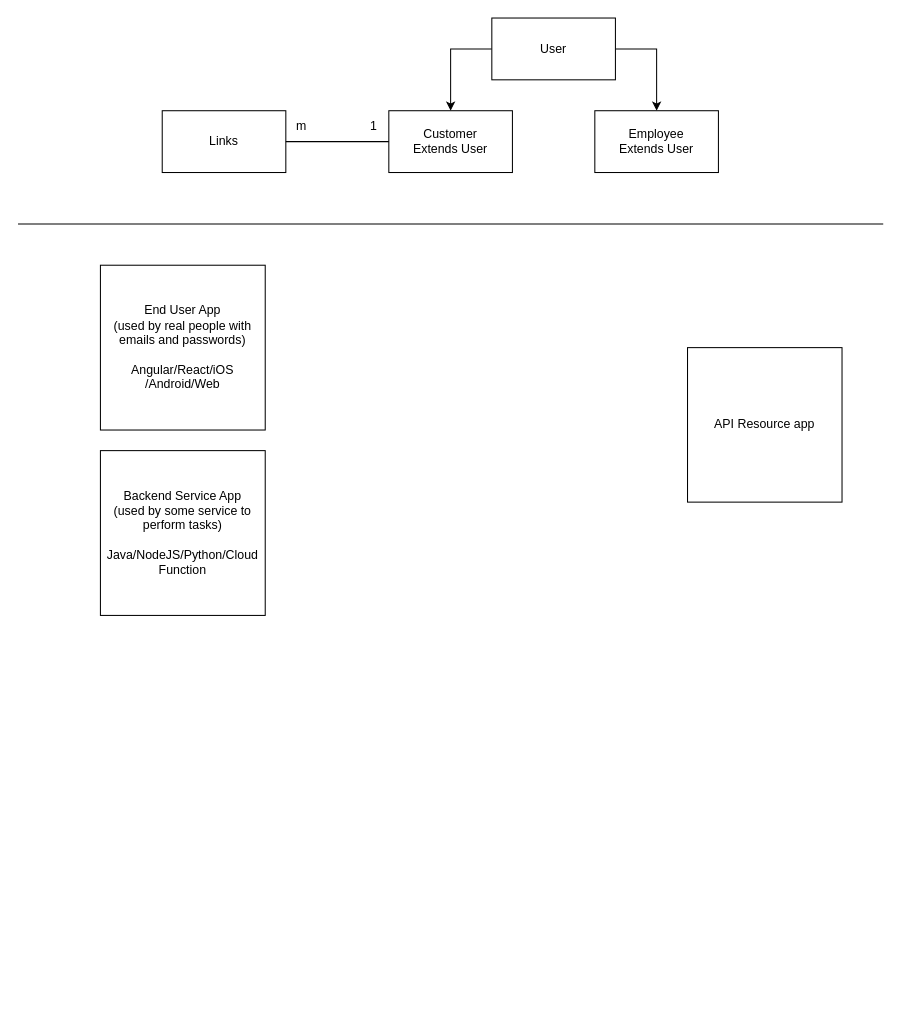
The draw.io diagram My Link Tree.drawio in zaidzubair92/My-Link-Tree, before the edit. Source tidied: cells renumbered, new cells numbered last; positions are measured from the earlier drawing's top-left corner, leaving out a move shared by most shapes. Both pictures are drawn from the tidied source at 103%, with x=0, y=0 at pixel (18, 18).
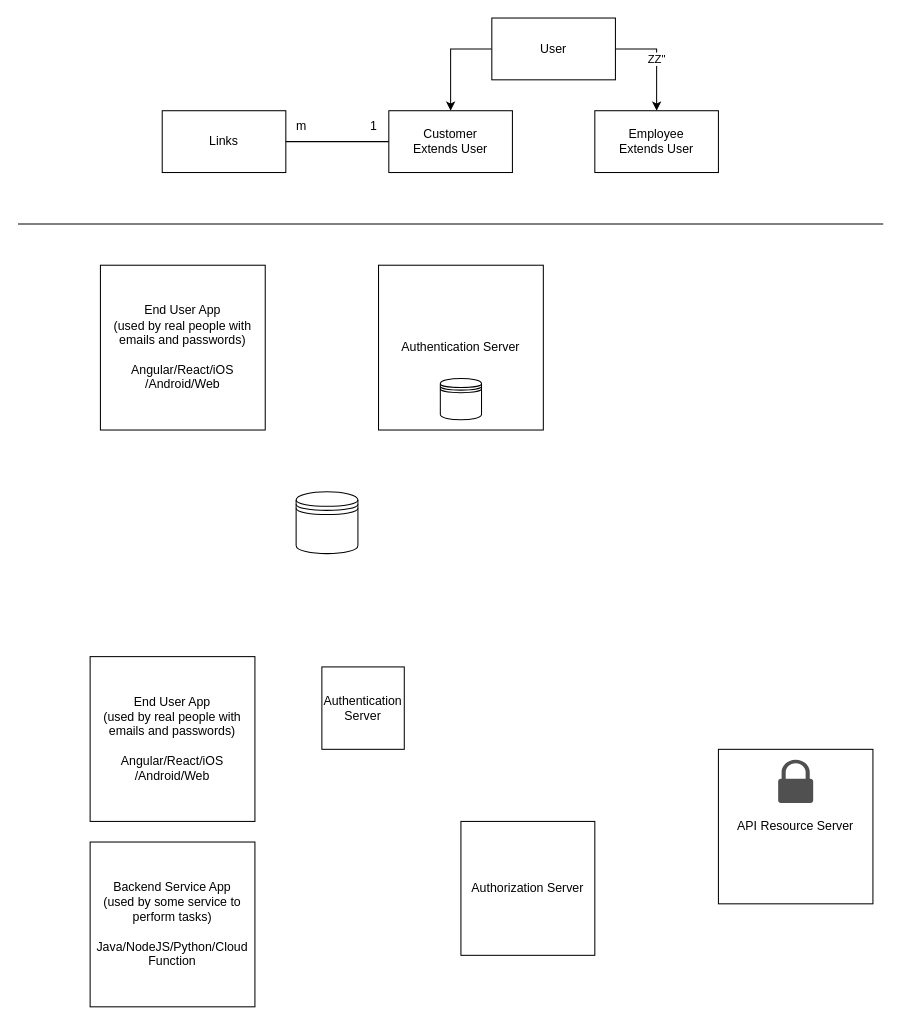
Above is the later version.

The change refers to these unchanged cells:
```xml
<mxCell id="4" value="User" style="rounded=0;whiteSpace=wrap;html=1;" parent="1" vertex="1">
  <mxGeometry x="460" width="120" height="60" as="geometry" />
</mxCell>
<mxCell id="6" value="Employee&lt;br style=&quot;border-color: var(--border-color);&quot;&gt;Extends User" style="rounded=0;whiteSpace=wrap;html=1;" parent="1" vertex="1">
  <mxGeometry x="560" y="90" width="120" height="60" as="geometry" />
</mxCell>
```

What changed in the source:
```diff
@@
-    <mxCell id="3" style="edgeStyle=orthogonalEdgeStyle;rounded=0;jettySize=auto;html=1;entryX=0.5;entryY=0;entryDx=0;entryDy=0;exitX=1;exitY=0.5;exitDx=0;exitDy=0;" parent="1" edge="1" source="4" target="6">
+    <mxCell id="3" value="ZZ&quot;" style="edgeStyle=orthogonalEdgeStyle;rounded=0;jettySize=auto;html=1;entryX=0.5;entryY=0;entryDx=0;entryDy=0;exitX=1;exitY=0.5;exitDx=0;exitDy=0;" parent="1" edge="1" source="4" target="6">
       <mxGeometry relative="1" as="geometry" />
     </mxCell>
@@
+    <mxCell id="15" value="Authentication Server" style="whiteSpace=wrap;html=1;" parent="1" vertex="1">
+      <mxGeometry x="350" y="240" width="160" height="160" as="geometry" />
+    </mxCell>
+    <mxCell id="16" style="shape=datastore;whiteSpace=wrap;html=1;" parent="1" vertex="1">
+      <mxGeometry x="410" y="350" width="40" height="40" as="geometry" />
+    </mxCell>
+    <mxCell id="17" value="End User App &lt;br&gt;(used by real people with emails and passwords)&lt;br&gt;&lt;br&gt;Angular/React/iOS&lt;br&gt;/Android/Web" style="whiteSpace=wrap;html=1;" parent="1" vertex="1">
+      <mxGeometry x="70" y="620" width="160" height="160" as="geometry" />
+    </mxCell>
     <mxCell id="13" value="Backend Service App&lt;br&gt;(used by some service to perform tasks)&lt;br&gt;&lt;br&gt;Java/NodeJS/Python/Cloud Function" style="whiteSpace=wrap;html=1;" parent="1" vertex="1">
-      <mxGeometry x="80" y="420" width="160" height="160" as="geometry" />
+      <mxGeometry x="70" y="800" width="160" height="160" as="geometry" />
     </mxCell>
-    <mxCell id="14" value="API Resource app" style="whiteSpace=wrap;html=1;" parent="1" vertex="1">
-      <mxGeometry x="650" y="320" width="150" height="150" as="geometry" />
-    </mxCell>
+    <mxCell id="18" style="group;" parent="1" vertex="1">
+      <mxGeometry x="680" y="710" width="150" height="150" as="geometry" />
+    </mxCell>
+    <mxCell id="19" value="API Resource Server" style="whiteSpace=wrap;html=1;" parent="18" vertex="1">
+      <mxGeometry width="150" height="150" as="geometry" />
+    </mxCell>
+    <mxCell id="20" style="sketch=0;shadow=0;dashed=0;html=1;strokeColor=none;fillColor=#505050;labelPosition=center;verticalLabelPosition=bottom;verticalAlign=top;align=center;shape=mxgraph.office.security.lock_protected;" parent="18" vertex="1">
+      <mxGeometry x="58" y="10" width="34" height="42" as="geometry" />
+    </mxCell>
+    <mxCell id="21" value="Authorization Server" style="whiteSpace=wrap;html=1;" parent="1" vertex="1">
+      <mxGeometry x="430" y="780" width="130" height="130" as="geometry" />
+    </mxCell>
+    <mxCell id="22" value="Authentication Server" style="whiteSpace=wrap;html=1;" parent="1" vertex="1">
+      <mxGeometry x="295" y="630" width="80" height="80" as="geometry" />
+    </mxCell>
+    <mxCell id="23" style="shape=datastore;whiteSpace=wrap;html=1;" parent="1" vertex="1">
+      <mxGeometry x="270" y="460" width="60" height="60" as="geometry" />
+    </mxCell>
```
